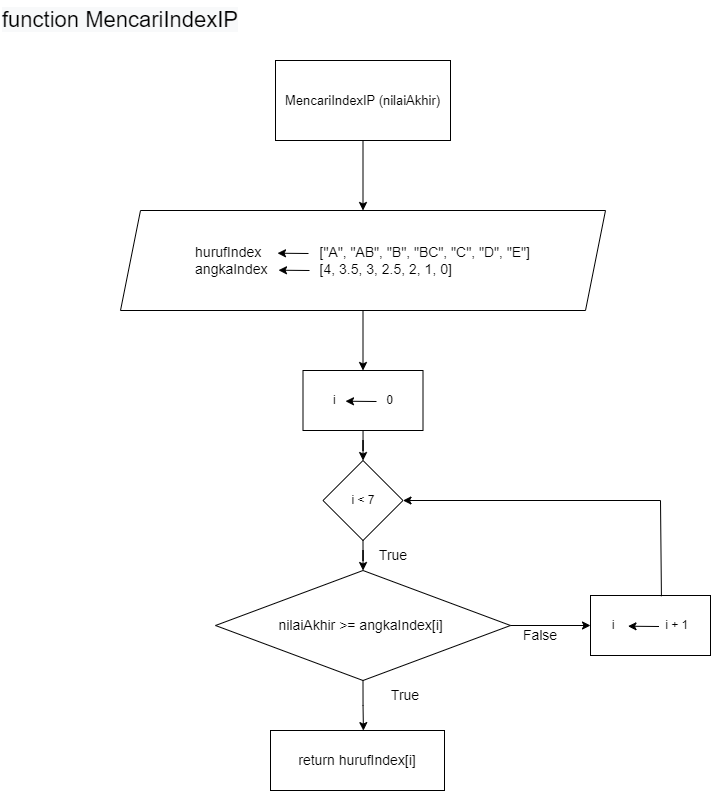
Julian-Caleb/tubes-pengkom keeps this draw.io diagram as Flowchart/MenghitungIndexIP.png. Above is the earlier version. Source tidied: cells renumbered, new cells last; positions are measured from the earlier drawing's top-left corner, leaving out a move shared by most shapes.
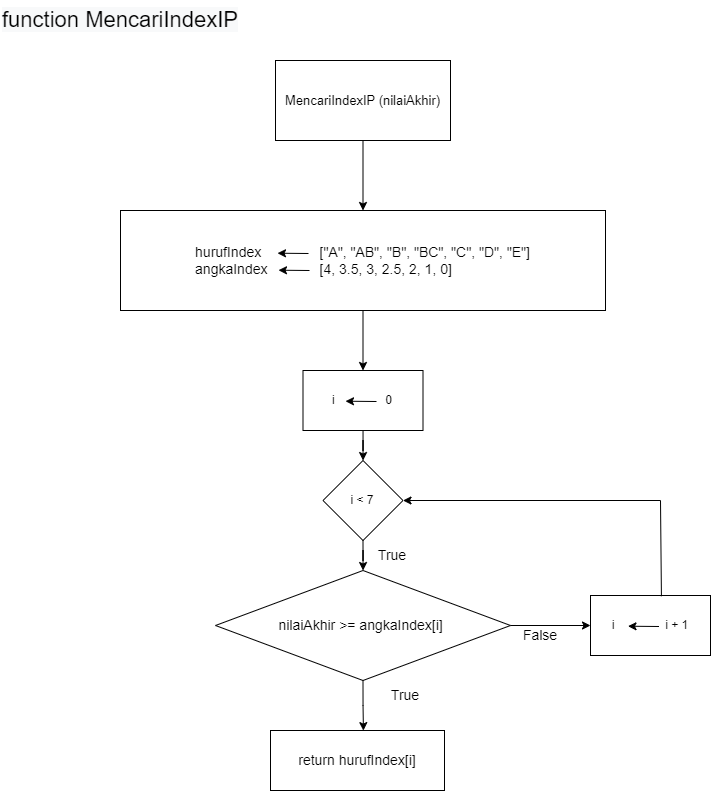
The same diagram one commit later.

The edit, as a diff of the source:
```diff
@@ -14,7 +14,7 @@
     <mxCell id="5" style="edgeStyle=orthogonalEdgeStyle;rounded=0;jettySize=auto;html=1;fontSize=13;" parent="1" edge="1" source="6" target="8">
       <mxGeometry relative="1" as="geometry" />
     </mxCell>
-    <mxCell id="6" value="&lt;div style=&quot;font-size: 14px;&quot;&gt;&lt;font style=&quot;font-size: 14px;&quot;&gt;hurufIndex&amp;nbsp; &lt;span style=&quot;white-space: pre;&quot;&gt;&#9;&lt;span style=&quot;white-space: pre;&quot;&gt;&#9;&lt;/span&gt;&lt;/span&gt;[&quot;A&quot;, &quot;AB&quot;, &quot;B&quot;, &quot;BC&quot;, &quot;C&quot;, &quot;D&quot;, &quot;E&quot;]&lt;/font&gt;&lt;/div&gt;&lt;div style=&quot;text-align: justify; font-size: 14px;&quot;&gt;&lt;font style=&quot;font-size: 14px;&quot;&gt;angkaIndex &lt;span style=&quot;white-space: pre;&quot;&gt;&#9;&lt;/span&gt;&lt;span style=&quot;white-space: pre;&quot;&gt;&#9;&lt;/span&gt;[4, 3.5, 3, 2.5, 2, 1, 0]&lt;span style=&quot;background-color: initial;&quot;&gt;&amp;nbsp;&lt;/span&gt;&lt;/font&gt;&lt;/div&gt;" style="shape=parallelogram;perimeter=parallelogramPerimeter;whiteSpace=wrap;html=1;fixedSize=1;rounded=0;" parent="1" vertex="1">
+    <mxCell id="6" value="&lt;div style=&quot;font-size: 14px;&quot;&gt;&lt;font style=&quot;font-size: 14px;&quot;&gt;hurufIndex&amp;nbsp; &lt;span style=&quot;white-space: pre;&quot;&gt;&#9;&lt;span style=&quot;white-space: pre;&quot;&gt;&#9;&lt;/span&gt;&lt;/span&gt;[&quot;A&quot;, &quot;AB&quot;, &quot;B&quot;, &quot;BC&quot;, &quot;C&quot;, &quot;D&quot;, &quot;E&quot;]&lt;/font&gt;&lt;/div&gt;&lt;div style=&quot;text-align: justify; font-size: 14px;&quot;&gt;&lt;font style=&quot;font-size: 14px;&quot;&gt;angkaIndex &lt;span style=&quot;white-space: pre;&quot;&gt;&#9;&lt;/span&gt;&lt;span style=&quot;white-space: pre;&quot;&gt;&#9;&lt;/span&gt;[4, 3.5, 3, 2.5, 2, 1, 0]&lt;span style=&quot;background-color: initial;&quot;&gt;&amp;nbsp;&lt;/span&gt;&lt;/font&gt;&lt;/div&gt;" style="shape=rectangle;perimeter=parallelogramPerimeter;whiteSpace=wrap;html=1;fixedSize=1;rounded=0;" parent="1" vertex="1">
       <mxGeometry x="120" y="210" width="485" height="100" as="geometry" />
     </mxCell>
     <mxCell id="7" style="edgeStyle=orthogonalEdgeStyle;rounded=0;jettySize=auto;html=1;fontSize=12;" parent="1" edge="1" source="8" target="9">
```
